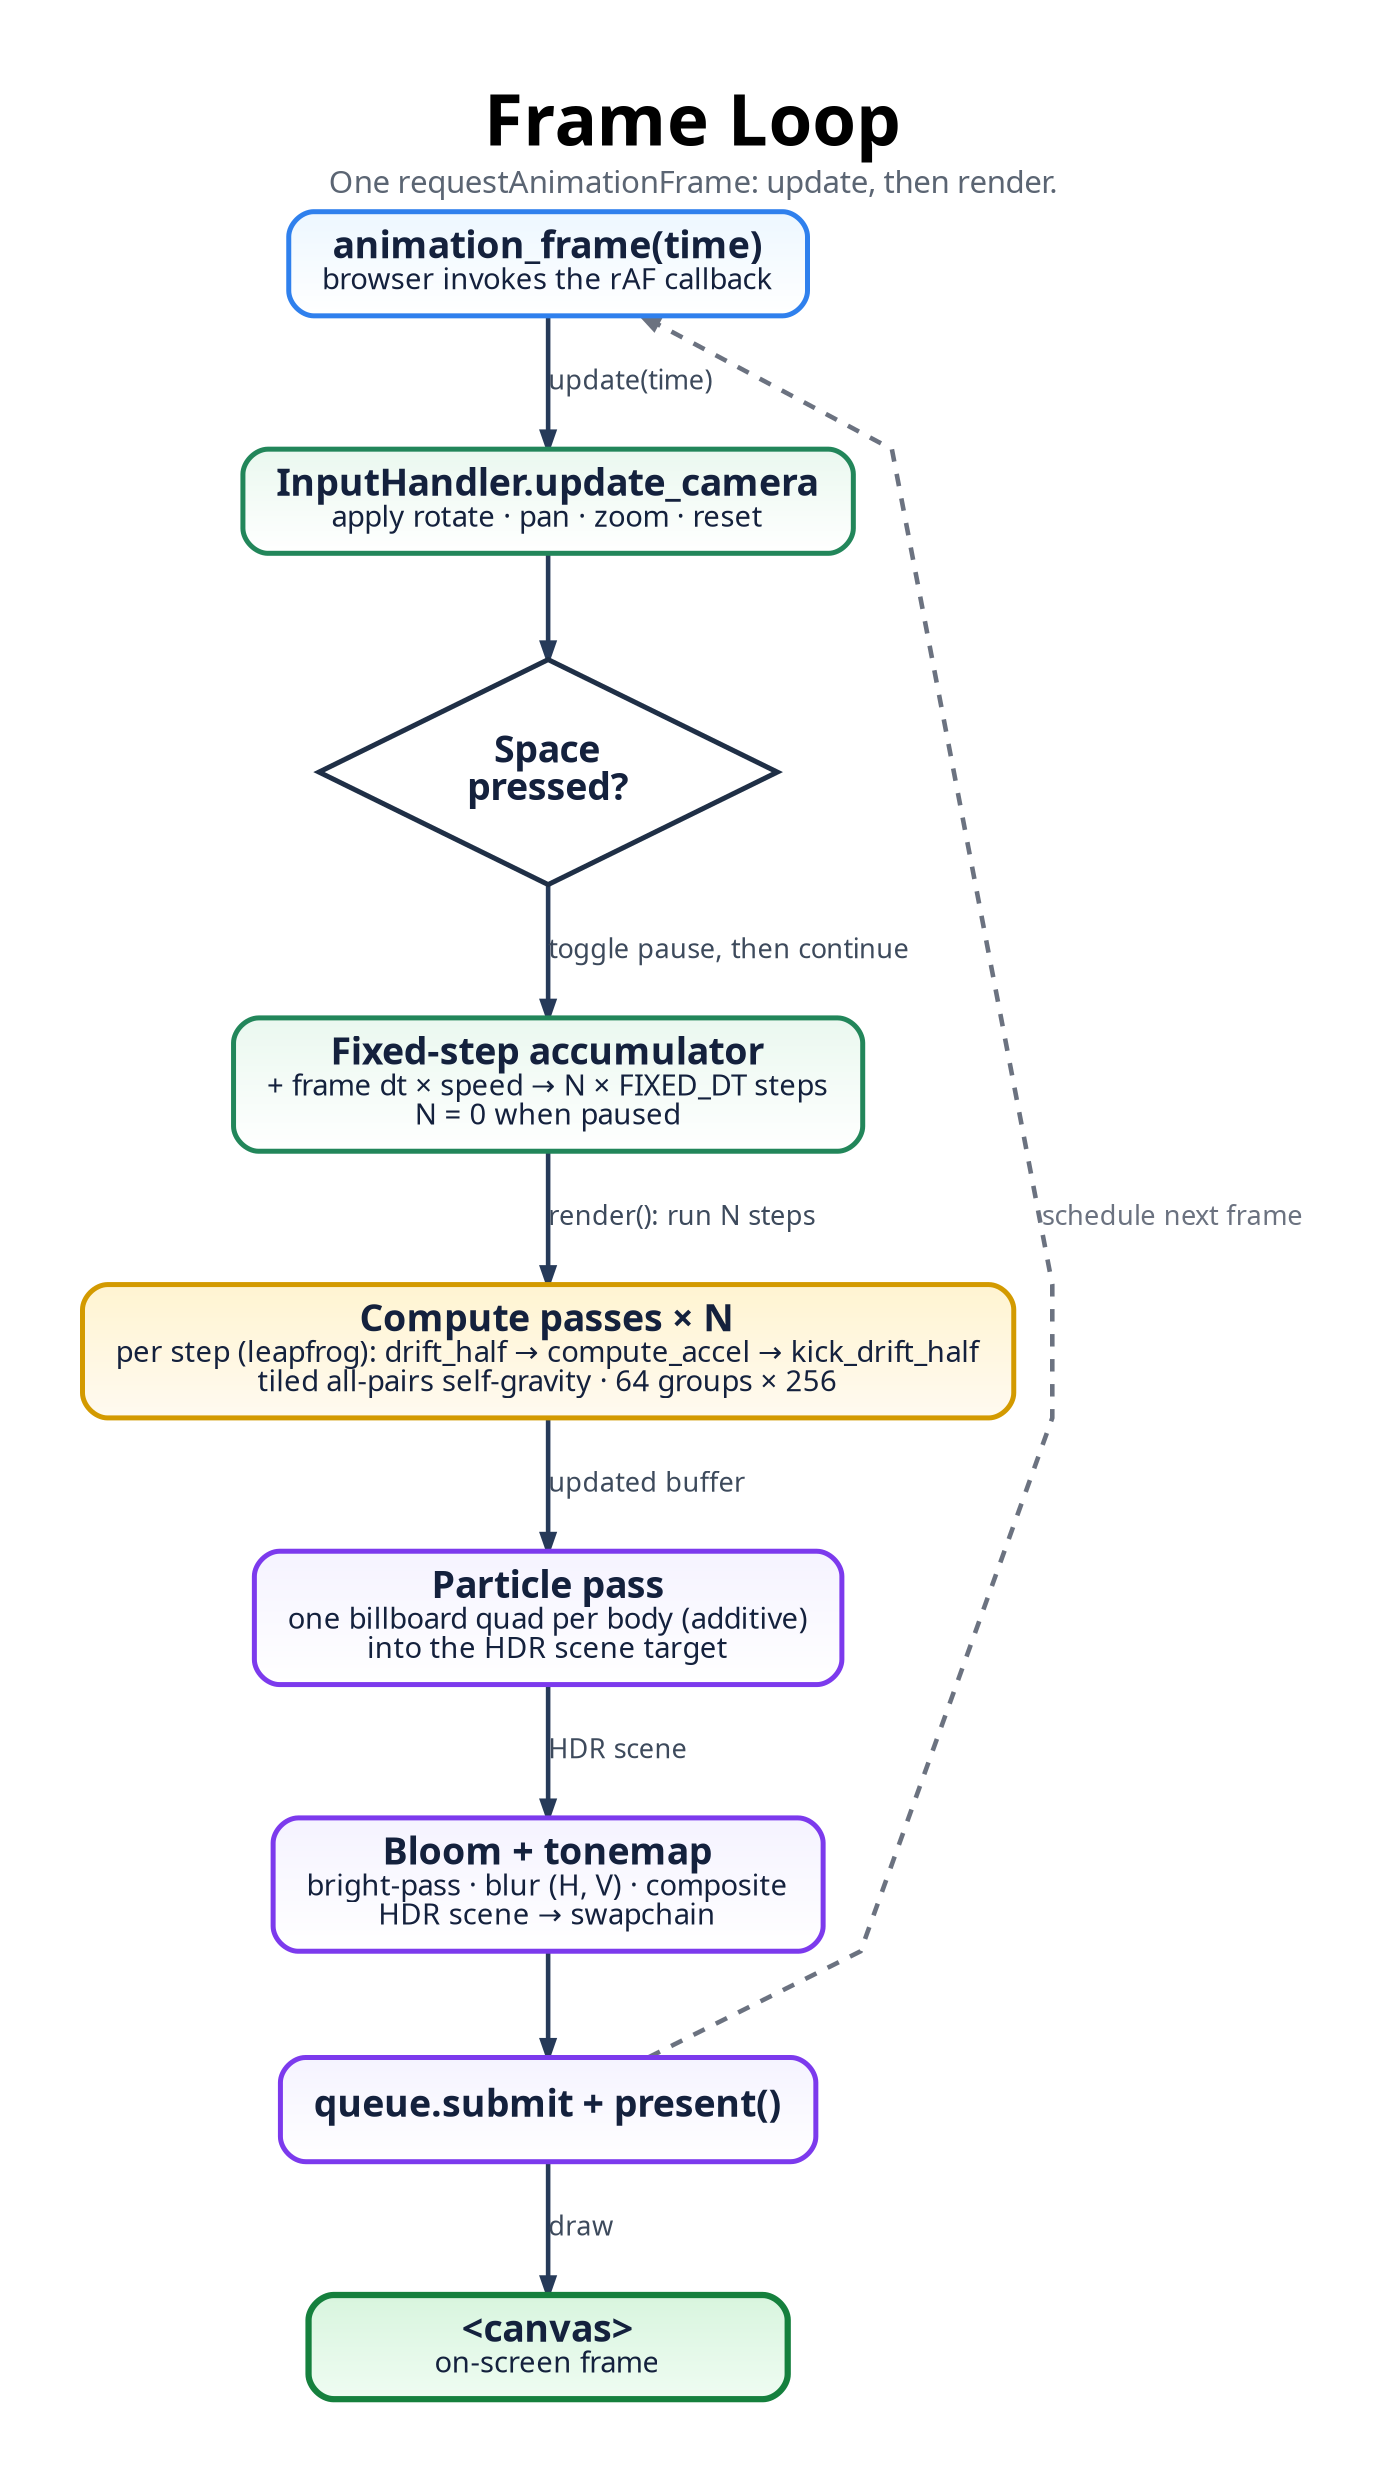
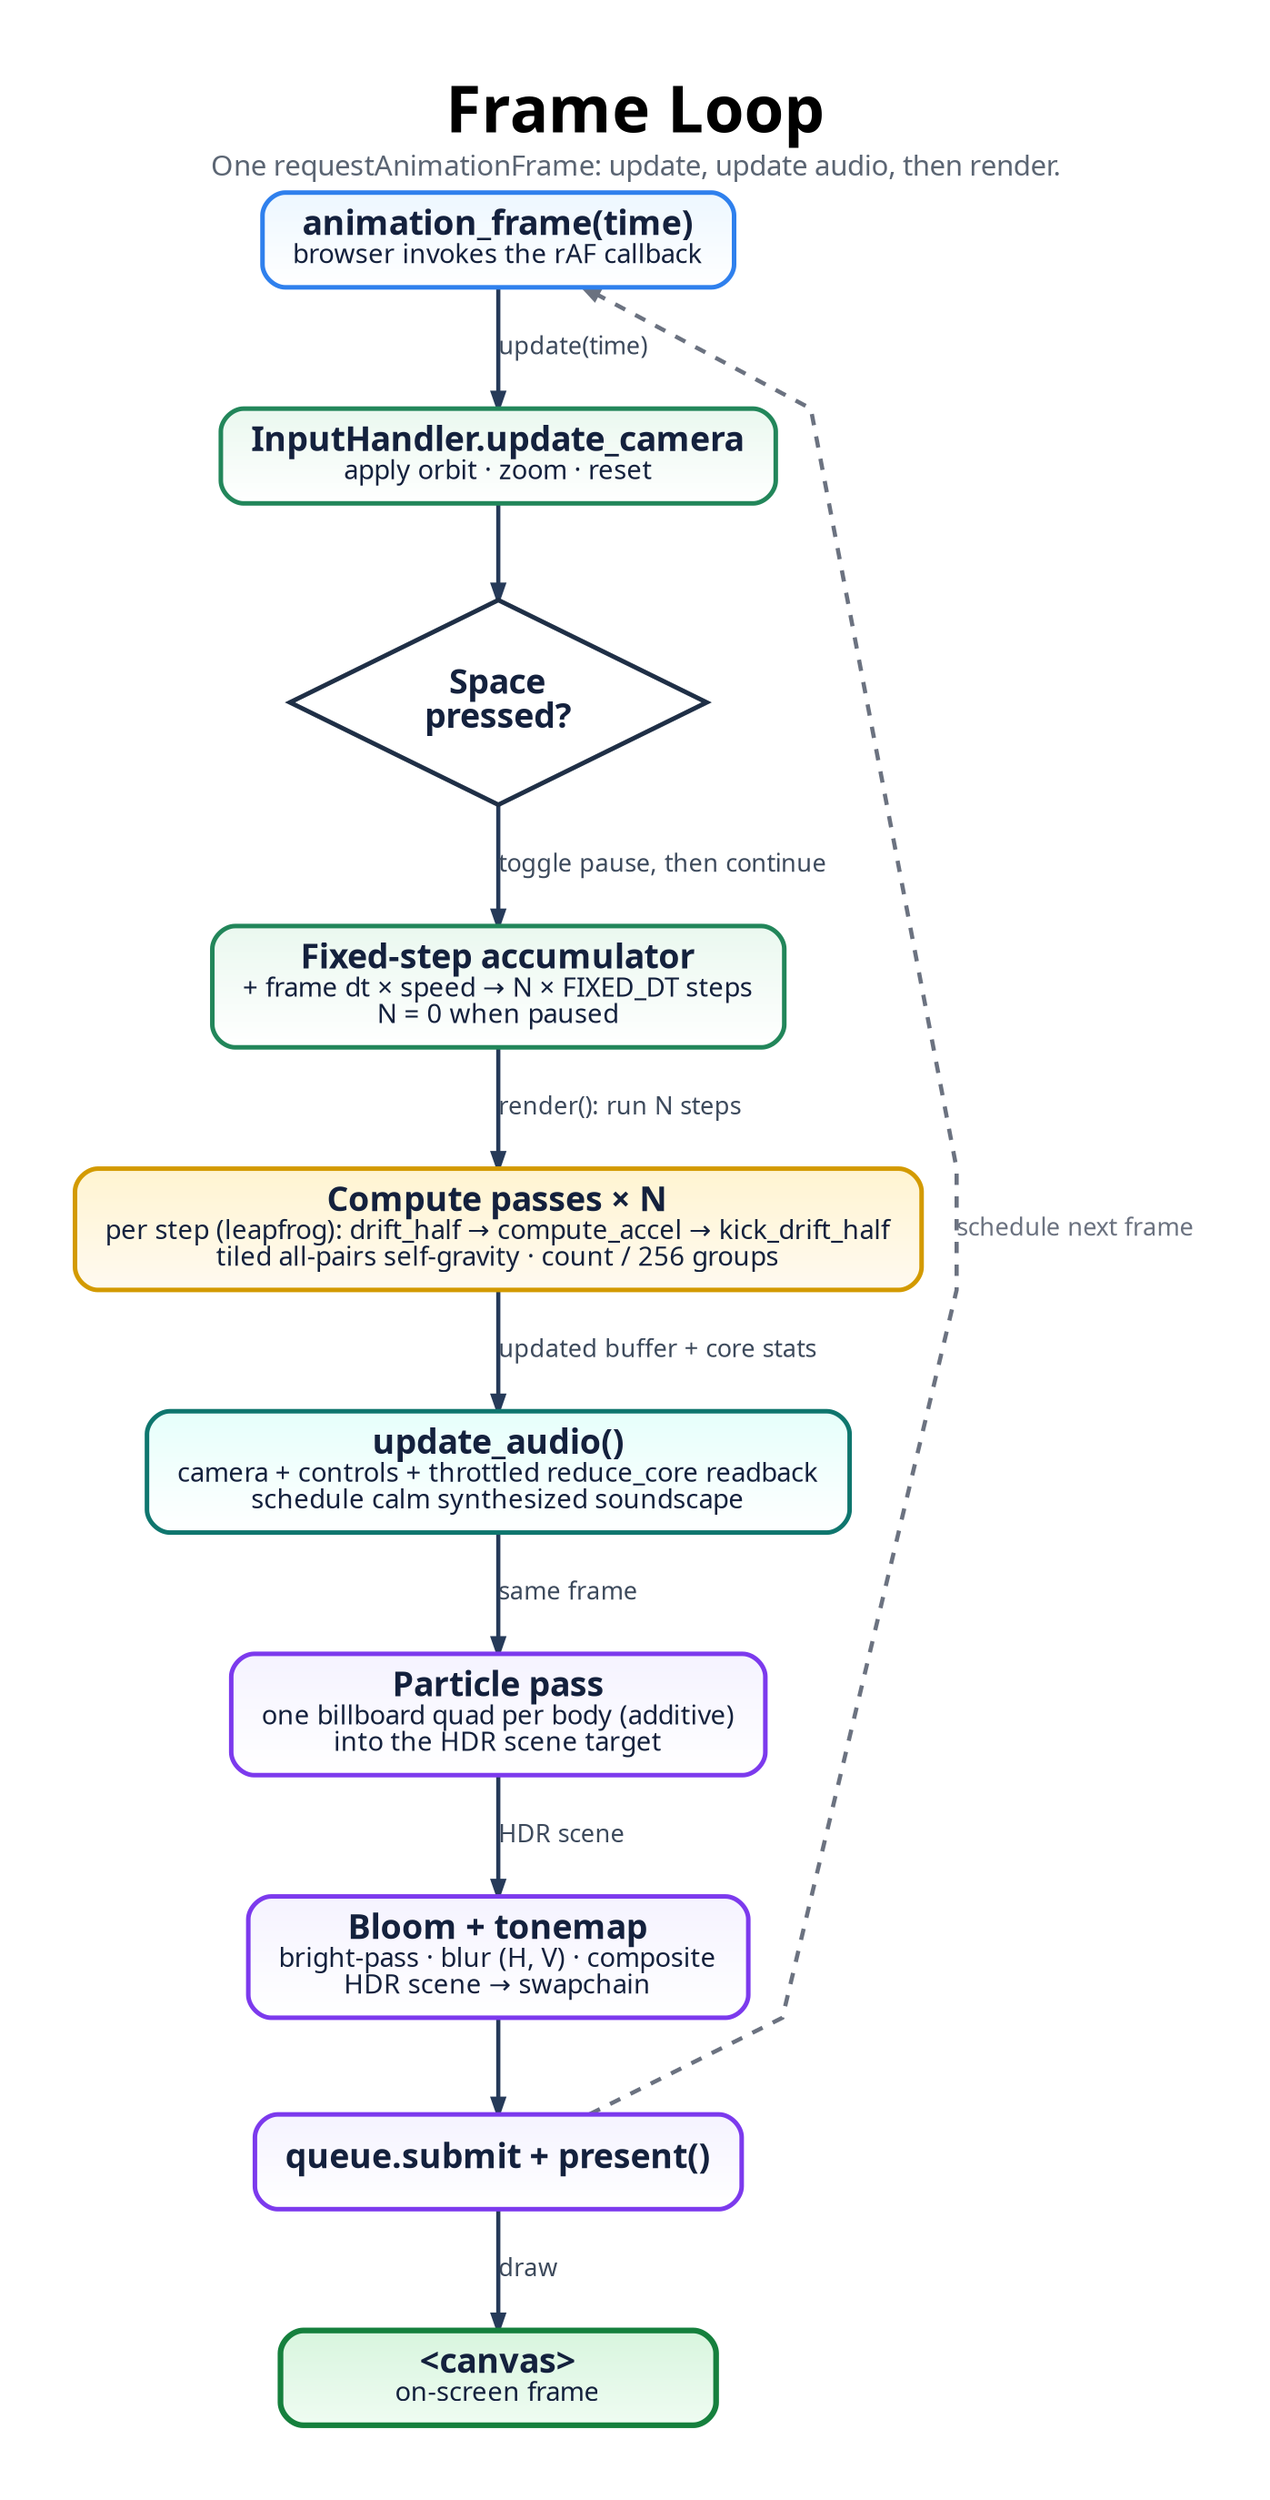
digraph FrameLoop {
  graph [
    rankdir=TB,
    bgcolor="#ffffff",
    pad="0.55",
    nodesep="0.5",
    ranksep="0.7",
    splines=polyline,
    outputorder=edgesfirst,
    newrank=true,
    forcelabels=true,
    fontname="Avenir",
    label=<
      <TABLE BORDER="0" CELLBORDER="0" CELLSPACING="0" CELLPADDING="0">
        <TR><TD><FONT POINT-SIZE="34"><B>Frame Loop</B></FONT></TD></TR>
-         <TR><TD><FONT POINT-SIZE="15" COLOR="#5b6573">One requestAnimationFrame: update, then render.</FONT></TD></TR>
+         <TR><TD><FONT POINT-SIZE="15" COLOR="#5b6573">One requestAnimationFrame: update, update audio, then render.</FONT></TD></TR>
      </TABLE>
    >,
    labelloc=t,
    labeljust=c
  ];

  node [
    shape=box,
    style="rounded,filled",
    margin="0.22,0.13",
    width=3.2,
    height=0.7,
    fontname="Avenir",
    fontsize=18,
    penwidth=2.4,
    fontcolor="#14213d",
    color="#2264c7",
    fillcolor="#eaf3ff:#ffffff",
    gradientangle=270
  ];

  edge [
    color="#263a59",
    fontname="Avenir",
    fontsize=13,
    fontcolor="#3d4a5c",
    penwidth=2.2,
    arrowsize=0.8
  ];

  START [label=<<B>animation_frame(time)</B><BR/><FONT POINT-SIZE="14">browser invokes the rAF callback</FONT>>, fillcolor="#edf7ff:#ffffff", color="#2f80ed"];

  // update phase (green)
-   U1 [label=<<B>InputHandler.update_camera</B><BR/><FONT POINT-SIZE="14">apply rotate · pan · zoom · reset</FONT>>, fillcolor="#eaf8ef:#ffffff", color="#22865a"];
+   U1 [label=<<B>InputHandler.update_camera</B><BR/><FONT POINT-SIZE="14">apply orbit · zoom · reset</FONT>>, fillcolor="#eaf8ef:#ffffff", color="#22865a"];
  U2 [shape=diamond, style=filled, fillcolor="#ffffff", color="#1f2f46", penwidth=2.4, width=2.4, height=1.05, label=<<B>Space<BR/>pressed?</B>>];
  U3 [label=<<B>Fixed-step accumulator</B><BR/><FONT POINT-SIZE="14">+ frame dt × speed → N × FIXED_DT steps<BR/>N = 0 when paused</FONT>>, fillcolor="#eaf8ef:#ffffff", color="#22865a"];

  // render phase
-   CP [label=<<B>Compute passes × N</B><BR/><FONT POINT-SIZE="14">per step (leapfrog): drift_half → compute_accel → kick_drift_half<BR/>tiled all-pairs self-gravity · 64 groups × 256</FONT>>, fillcolor="#fff4d1:#fffaf0", color="#d39a00"];
+   CP [label=<<B>Compute passes × N</B><BR/><FONT POINT-SIZE="14">per step (leapfrog): drift_half → compute_accel → kick_drift_half<BR/>tiled all-pairs self-gravity · count / 256 groups</FONT>>, fillcolor="#fff4d1:#fffaf0", color="#d39a00"];
+   AUD [label=<<B>update_audio()</B><BR/><FONT POINT-SIZE="14">camera + controls + throttled reduce_core readback<BR/>schedule calm synthesized soundscape</FONT>>, fillcolor="#e6fffb:#ffffff", color="#0f766e"];
  RP [label=<<B>Particle pass</B><BR/><FONT POINT-SIZE="14">one billboard quad per body (additive)<BR/>into the HDR scene target</FONT>>, fillcolor="#f5f3ff:#ffffff", color="#7c3aed"];
  BLOOM [label=<<B>Bloom + tonemap</B><BR/><FONT POINT-SIZE="14">bright-pass · blur (H, V) · composite<BR/>HDR scene → swapchain</FONT>>, fillcolor="#f5f3ff:#ffffff", color="#7c3aed"];
  PRES [label=<<B>queue.submit + present()</B>>, fillcolor="#f5f3ff:#ffffff", color="#7c3aed"];

  CANVAS [label=<<B>&lt;canvas&gt;</B><BR/><FONT POINT-SIZE="14">on-screen frame</FONT>>, fillcolor="#d8f5de:#effcf2", color="#15803d", penwidth=3.0];

  START -> U1 [label="update(time)"];
  U1 -> U2;
  U2 -> U3 [label="toggle pause, then continue"];
  U3 -> CP [label="render(): run N steps"];
-   CP -> RP [label="updated buffer"];
+   CP -> AUD [label="updated buffer + core stats"];
+   AUD -> RP [label="same frame"];
  RP -> BLOOM [label="HDR scene"];
  BLOOM -> PRES;
  PRES -> CANVAS [label="draw"];

  PRES -> START [label="schedule next frame", color="#6b7280", fontcolor="#6b7280", style=dashed, constraint=false];
}
